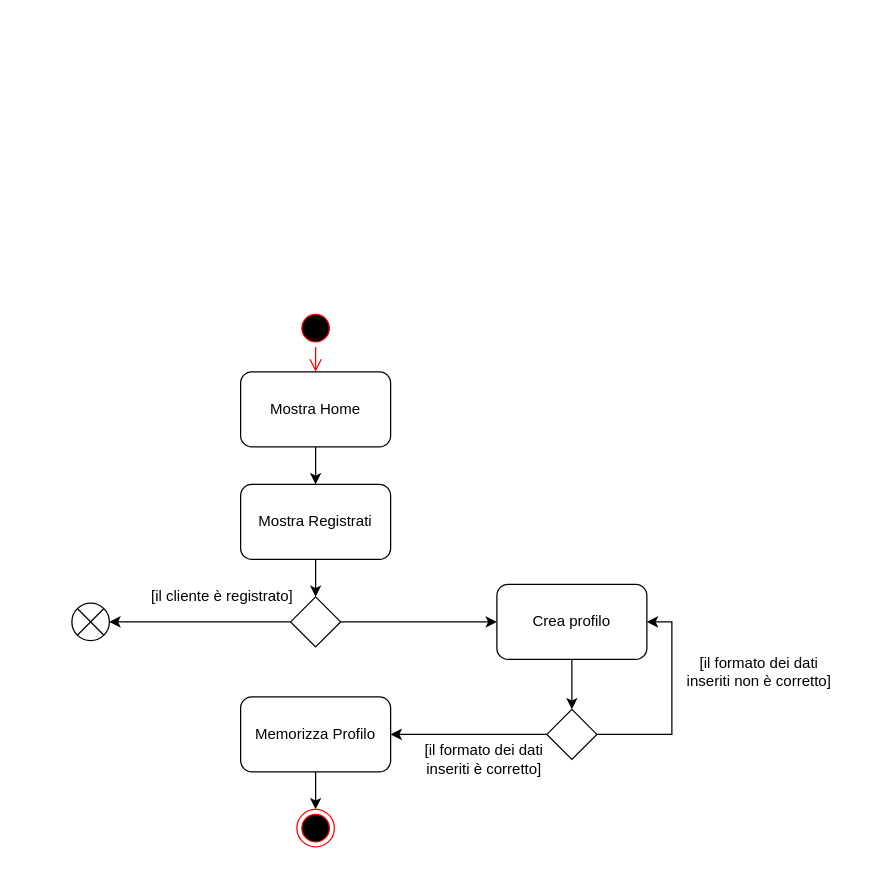
fd-col/ProgettoIngegneriaDelSoftware keeps this draw.io diagram as Diagrammi_delle_attivita/Modificabili/diagramma_attivita_registrazione_cliente.drawio. Above is the earlier version. Source tidied: cells renumbered, new cells numbered last; positions are measured from the earlier drawing's top-left corner, leaving out a move shared by most shapes. Both pictures are drawn from the tidied source at 125%, with x=0, y=0 at pixel (71, 309).
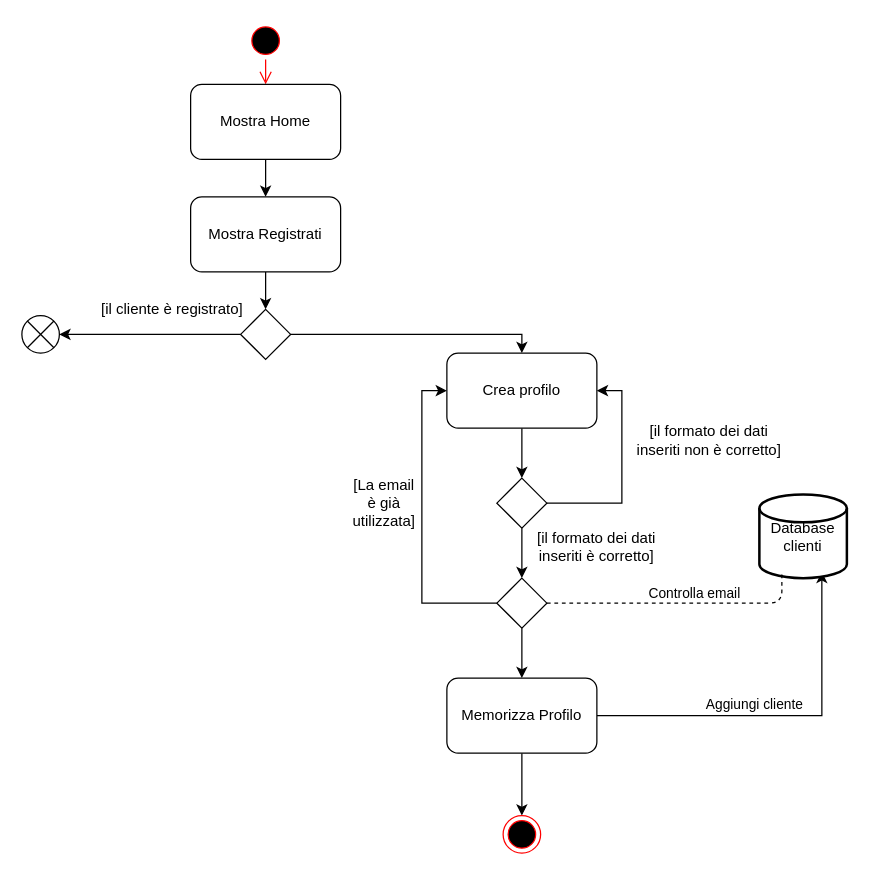
Above is the later version.

Diff of the diagram source:
```diff
@@
     <mxCell id="2" style="ellipse;html=1;shape=startState;fillColor=#000000;strokeColor=#ff0000;" parent="1" vertex="1">
-      <mxGeometry x="180" width="30" height="30" as="geometry" />
+      <mxGeometry x="140" y="-230" width="30" height="30" as="geometry" />
     </mxCell>
@@
     <mxCell id="5" value="Mostra Home" style="rounded=1;whiteSpace=wrap;html=1;" parent="1" vertex="1">
-      <mxGeometry x="135" y="50" width="120" height="60" as="geometry" />
+      <mxGeometry x="95" y="-180" width="120" height="60" as="geometry" />
     </mxCell>
     <mxCell id="6" style="edgeStyle=orthogonalEdgeStyle;rounded=0;jettySize=auto;html=1;entryX=0.5;entryY=0;entryDx=0;entryDy=0;" parent="1" edge="1" source="7">
       <mxGeometry relative="1" as="geometry">
-        <mxPoint x="195" y="230" as="targetPoint" />
+        <mxPoint x="155" as="targetPoint" />
       </mxGeometry>
     </mxCell>
     <mxCell id="7" value="Mostra Registrati" style="rounded=1;whiteSpace=wrap;html=1;" parent="1" vertex="1">
-      <mxGeometry x="135" y="140" width="120" height="60" as="geometry" />
+      <mxGeometry x="95" y="-90" width="120" height="60" as="geometry" />
     </mxCell>
-    <mxCell id="8" style="edgeStyle=orthogonalEdgeStyle;rounded=0;jettySize=auto;html=1;entryX=0;entryY=0.5;entryDx=0;entryDy=0;" parent="1" edge="1" source="10" target="12">
-      <mxGeometry relative="1" as="geometry" />
+    <mxCell id="8" style="edgeStyle=orthogonalEdgeStyle;rounded=0;jettySize=auto;html=1;entryX=0.5;entryY=0;entryDx=0;entryDy=0;" parent="1" edge="1" source="10" target="12">
+      <mxGeometry relative="1" as="geometry">
+        <Array as="points">
+          <mxPoint x="360" y="20" />
+        </Array>
+      </mxGeometry>
     </mxCell>
@@
     <mxCell id="10" style="rhombus;whiteSpace=wrap;html=1;" parent="1" vertex="1">
-      <mxGeometry x="175" y="230" width="40" height="40" as="geometry" />
+      <mxGeometry x="135" width="40" height="40" as="geometry" />
     </mxCell>
@@
     <mxCell id="12" value="Crea profilo" style="rounded=1;whiteSpace=wrap;html=1;" parent="1" vertex="1">
-      <mxGeometry x="340" y="220" width="120" height="60" as="geometry" />
+      <mxGeometry x="300" y="35" width="120" height="60" as="geometry" />
     </mxCell>
@@
+    <mxCell id="23" style="edgeStyle=orthogonalEdgeStyle;rounded=0;jettySize=auto;html=1;entryX=0.714;entryY=0.925;entryDx=0;entryDy=0;entryPerimeter=0;" parent="1" edge="1" source="14" target="26">
+      <mxGeometry relative="1" as="geometry" />
+    </mxCell>
+    <mxCell id="24" value="Aggiungi cliente" style="edgeLabel;html=1;align=center;verticalAlign=middle;" parent="23" vertex="1">
+      <mxGeometry x="-0.15" y="3" relative="1" as="geometry">
+        <mxPoint y="-7" as="offset" />
+      </mxGeometry>
+    </mxCell>
     <mxCell id="14" value="Memorizza Profilo" style="rounded=1;whiteSpace=wrap;html=1;" parent="1" vertex="1">
-      <mxGeometry x="135" y="310" width="120" height="60" as="geometry" />
+      <mxGeometry x="300" y="295" width="120" height="60" as="geometry" />
     </mxCell>
     <mxCell id="15" style="ellipse;html=1;shape=endState;fillColor=#000000;strokeColor=#ff0000;" parent="1" vertex="1">
-      <mxGeometry x="180" y="400" width="30" height="30" as="geometry" />
+      <mxGeometry x="345" y="405" width="30" height="30" as="geometry" />
     </mxCell>
     <mxCell id="16" value="[il cliente è registrato]" style="text;html=1;align=center;verticalAlign=middle;strokeColor=none;" parent="1" vertex="1">
-      <mxGeometry x="55" y="220" width="130" height="20" as="geometry" />
+      <mxGeometry x="15" y="-10" width="130" height="20" as="geometry" />
     </mxCell>
     <mxCell id="17" style="shape=sumEllipse;perimeter=ellipsePerimeter;whiteSpace=wrap;html=1;backgroundOutline=1;" parent="1" vertex="1">
-      <mxGeometry y="235" width="30" height="30" as="geometry" />
+      <mxGeometry x="-40" y="5" width="30" height="30" as="geometry" />
     </mxCell>
-    <mxCell id="18" style="edgeStyle=orthogonalEdgeStyle;rounded=0;jettySize=auto;html=1;entryX=1;entryY=0.5;entryDx=0;entryDy=0;" parent="1" edge="1" source="20" target="14">
-      <mxGeometry relative="1" as="geometry" />
-    </mxCell>
     <mxCell id="19" style="edgeStyle=orthogonalEdgeStyle;rounded=0;jettySize=auto;html=1;entryX=1;entryY=0.5;entryDx=0;entryDy=0;" parent="1" edge="1" source="20" target="12">
       <mxGeometry relative="1" as="geometry">
         <Array as="points">
-          <mxPoint x="480" y="340" />
-          <mxPoint x="480" y="250" />
+          <mxPoint x="440" y="155" />
+          <mxPoint x="440" y="65" />
         </Array>
       </mxGeometry>
     </mxCell>
+    <mxCell id="25" style="edgeStyle=orthogonalEdgeStyle;rounded=0;jettySize=auto;html=1;" parent="1" edge="1" source="20" target="29">
+      <mxGeometry relative="1" as="geometry" />
+    </mxCell>
     <mxCell id="20" style="rhombus;whiteSpace=wrap;html=1;" parent="1" vertex="1">
-      <mxGeometry x="380" y="320" width="40" height="40" as="geometry" />
+      <mxGeometry x="340" y="135" width="40" height="40" as="geometry" />
     </mxCell>
     <mxCell id="21" value="[il formato dei dati inseriti è corretto]" style="text;html=1;strokeColor=none;fillColor=none;align=center;verticalAlign=middle;whiteSpace=wrap;rounded=0;" parent="1" vertex="1">
-      <mxGeometry x="280" y="350" width="100" height="20" as="geometry" />
+      <mxGeometry x="370" y="180" width="100" height="20" as="geometry" />
     </mxCell>
     <mxCell id="22" value="[il formato dei dati inseriti non è corretto]" style="text;html=1;strokeColor=none;fillColor=none;align=center;verticalAlign=middle;whiteSpace=wrap;rounded=0;" parent="1" vertex="1">
-      <mxGeometry x="490" y="280" width="120" height="20" as="geometry" />
+      <mxGeometry x="450" y="95" width="120" height="20" as="geometry" />
     </mxCell>
+    <mxCell id="26" value="Database&lt;br&gt;clienti" style="strokeWidth=2;html=1;shape=mxgraph.flowchart.database;whiteSpace=wrap;" parent="1" vertex="1">
+      <mxGeometry x="550" y="148" width="70" height="67" as="geometry" />
+    </mxCell>
+    <mxCell id="27" style="edgeStyle=orthogonalEdgeStyle;rounded=0;jettySize=auto;html=1;entryX=0;entryY=0.5;entryDx=0;entryDy=0;" parent="1" edge="1" source="29" target="12">
+      <mxGeometry relative="1" as="geometry">
+        <Array as="points">
+          <mxPoint x="280" y="235" />
+          <mxPoint x="280" y="65" />
+        </Array>
+      </mxGeometry>
+    </mxCell>
+    <mxCell id="28" style="edgeStyle=orthogonalEdgeStyle;rounded=0;jettySize=auto;html=1;" parent="1" edge="1" source="29" target="14">
+      <mxGeometry relative="1" as="geometry" />
+    </mxCell>
+    <mxCell id="29" style="rhombus;whiteSpace=wrap;html=1;" parent="1" vertex="1">
+      <mxGeometry x="340" y="215" width="40" height="40" as="geometry" />
+    </mxCell>
+    <mxCell id="30" value="[La email è già utilizzata]" style="text;html=1;strokeColor=none;fillColor=none;align=center;verticalAlign=middle;whiteSpace=wrap;rounded=0;" parent="1" vertex="1">
+      <mxGeometry x="230" y="145" width="40" height="20" as="geometry" />
+    </mxCell>
+    <mxCell id="31" style="endArrow=none;dashed=1;html=1;exitX=1;exitY=0.5;exitDx=0;exitDy=0;entryX=0.257;entryY=0.955;entryDx=0;entryDy=0;entryPerimeter=0;" parent="1" edge="1" source="29" target="26">
+      <mxGeometry relative="1" as="geometry">
+        <Array as="points">
+          <mxPoint x="568" y="235" />
+        </Array>
+      </mxGeometry>
+    </mxCell>
+    <mxCell id="32" value="Controlla email" style="edgeLabel;html=1;align=center;verticalAlign=middle;" parent="31" vertex="1">
+      <mxGeometry x="0.11" y="-2" relative="1" as="geometry">
+        <mxPoint y="-11" as="offset" />
+      </mxGeometry>
+    </mxCell>
```
